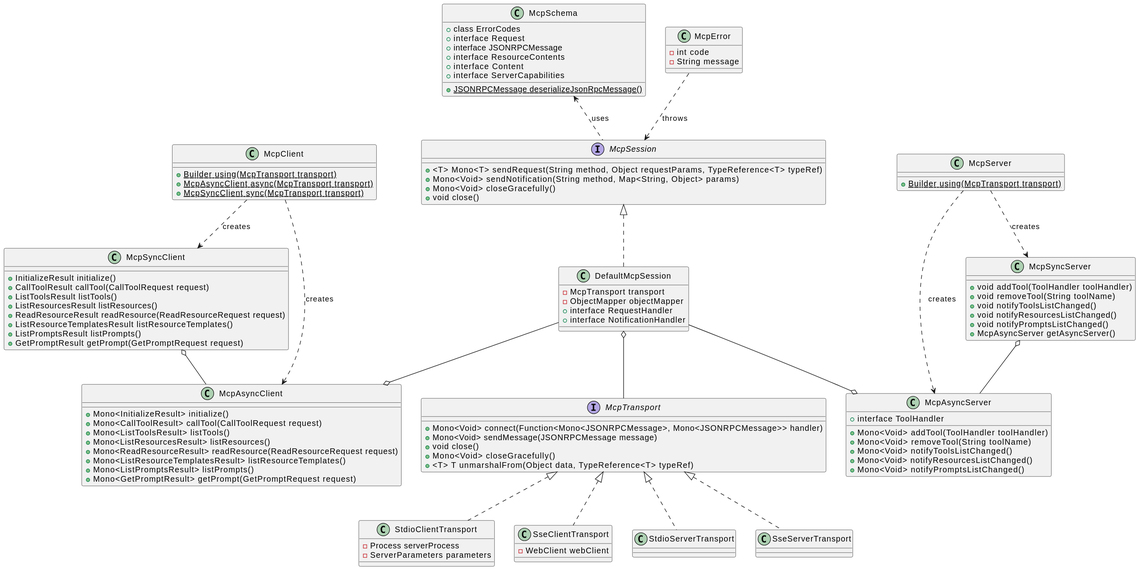
This is mcp-docs/src/main/antora/modules/ROOT/images/spring-ai-mcp-uml-classdiagram.svg from ziscloud/java-sdk, a PlantUML export, as it was before one commit.
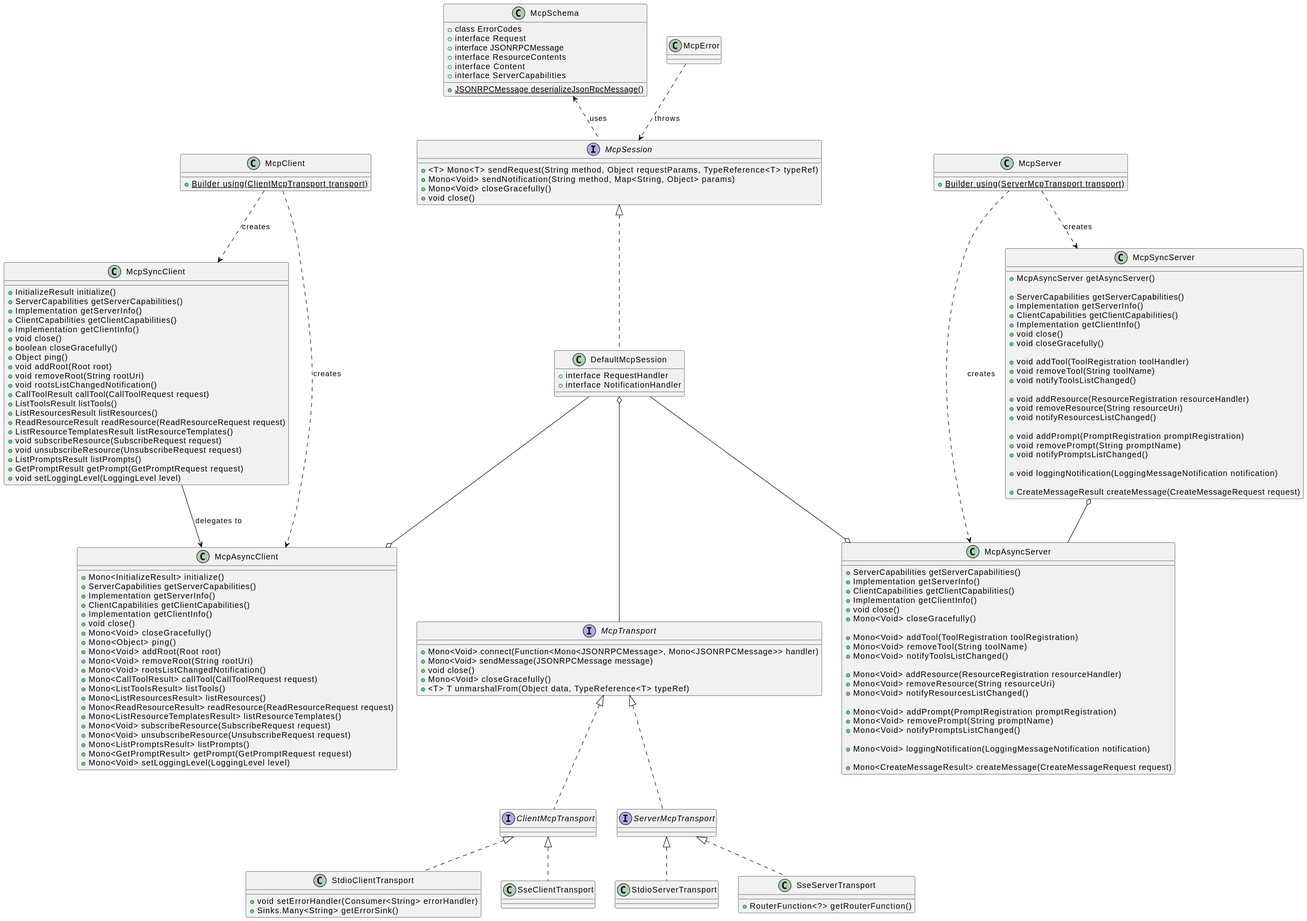
After the change.

Change to the diagram source:
```diff
@@ -15,75 +15,132 @@
 }
 
 class DefaultMcpSession {
-  -McpTransport transport
-  -ObjectMapper objectMapper
   +interface RequestHandler
   +interface NotificationHandler
 }
 
 class McpClient {
-  +{static} Builder using(McpTransport transport)
-  +{static} McpAsyncClient async(McpTransport transport)
-  +{static} McpSyncClient sync(McpTransport transport)
+  +{static} Builder using(ClientMcpTransport transport)
 }
 
 class McpAsyncClient {
   +Mono<InitializeResult> initialize()
+  +ServerCapabilities getServerCapabilities()
+  +Implementation getServerInfo()
+  +ClientCapabilities getClientCapabilities()
+  +Implementation getClientInfo()
+  +void close()
+  +Mono<Void> closeGracefully()
+  +Mono<Object> ping()
+  +Mono<Void> addRoot(Root root)
+  +Mono<Void> removeRoot(String rootUri)
+  +Mono<Void> rootsListChangedNotification()
   +Mono<CallToolResult> callTool(CallToolRequest request)
   +Mono<ListToolsResult> listTools()
   +Mono<ListResourcesResult> listResources()
   +Mono<ReadResourceResult> readResource(ReadResourceRequest request)
   +Mono<ListResourceTemplatesResult> listResourceTemplates()
+  +Mono<Void> subscribeResource(SubscribeRequest request)
+  +Mono<Void> unsubscribeResource(UnsubscribeRequest request)
   +Mono<ListPromptsResult> listPrompts()
   +Mono<GetPromptResult> getPrompt(GetPromptRequest request)
+  +Mono<Void> setLoggingLevel(LoggingLevel level)
 }
 
 class McpSyncClient {
   +InitializeResult initialize()
+  +ServerCapabilities getServerCapabilities()
+  +Implementation getServerInfo()
+  +ClientCapabilities getClientCapabilities()
+  +Implementation getClientInfo()
+  +void close()
+  +boolean closeGracefully()
+  +Object ping()
+  +void addRoot(Root root)
+  +void removeRoot(String rootUri)
+  +void rootsListChangedNotification()
   +CallToolResult callTool(CallToolRequest request)
   +ListToolsResult listTools()
   +ListResourcesResult listResources()
   +ReadResourceResult readResource(ReadResourceRequest request)
   +ListResourceTemplatesResult listResourceTemplates()
+  +void subscribeResource(SubscribeRequest request)
+  +void unsubscribeResource(UnsubscribeRequest request)
   +ListPromptsResult listPrompts()
   +GetPromptResult getPrompt(GetPromptRequest request)
+  +void setLoggingLevel(LoggingLevel level)
 }
 
 class McpServer {
-  +{static} Builder using(McpTransport transport)
+  +{static} Builder using(ServerMcpTransport transport)
 }
 
 class McpAsyncServer {
-  +Mono<Void> addTool(ToolHandler toolHandler)
+
+  +ServerCapabilities getServerCapabilities()
+  +Implementation getServerInfo()
+  +ClientCapabilities getClientCapabilities()
+  +Implementation getClientInfo()
+  +void close()
+  +Mono<Void> closeGracefully()
+
+  +Mono<Void> addTool(ToolRegistration toolRegistration)
   +Mono<Void> removeTool(String toolName)
   +Mono<Void> notifyToolsListChanged()
+
+  +Mono<Void> addResource(ResourceRegistration resourceHandler)
+  +Mono<Void> removeResource(String resourceUri)
   +Mono<Void> notifyResourcesListChanged()
+
+  +Mono<Void> addPrompt(PromptRegistration promptRegistration)
+  +Mono<Void> removePrompt(String promptName)
   +Mono<Void> notifyPromptsListChanged()
-  +interface ToolHandler
+
+  +Mono<Void> loggingNotification(LoggingMessageNotification notification)
+
+  +Mono<CreateMessageResult> createMessage(CreateMessageRequest request)
 }
 
 class McpSyncServer {
-  +void addTool(ToolHandler toolHandler)
+  +McpAsyncServer getAsyncServer()
+
+  +ServerCapabilities getServerCapabilities()
+  +Implementation getServerInfo()
+  +ClientCapabilities getClientCapabilities()
+  +Implementation getClientInfo()
+  +void close()
+  +void closeGracefully()
+
+  +void addTool(ToolRegistration toolHandler)
   +void removeTool(String toolName)
   +void notifyToolsListChanged()
+
+  +void addResource(ResourceRegistration resourceHandler)
+  +void removeResource(String resourceUri)
   +void notifyResourcesListChanged()
+
+  +void addPrompt(PromptRegistration promptRegistration)
+  +void removePrompt(String promptName)
   +void notifyPromptsListChanged()
-  +McpAsyncServer getAsyncServer()
+
+  +void loggingNotification(LoggingMessageNotification notification)
+
+  +CreateMessageResult createMessage(CreateMessageRequest request)
 }
 
-class StdioClientTransport {
-  -Process serverProcess
-  -ServerParameters parameters
+class StdioClientTransport implements ClientMcpTransport {
+  +void setErrorHandler(Consumer<String> errorHandler)
+  +Sinks.Many<String> getErrorSink()
 }
 
-class SseClientTransport {
-  -WebClient webClient
+class SseClientTransport implements ClientMcpTransport {
 }
 
-class StdioServerTransport {
+class StdioServerTransport implements ServerMcpTransport {
 }
 
-class SseServerTransport {
+class SseServerTransport implements ServerMcpTransport {
+  +RouterFunction<?> getRouterFunction()
 }
 
 class McpSchema {
@@ -97,14 +154,10 @@
 }
 
 class McpError {
-  -int code
-  -String message
 }
 
-McpTransport <|.. StdioClientTransport
-McpTransport <|.. SseClientTransport
-McpTransport <|.. StdioServerTransport
-McpTransport <|.. SseServerTransport
+McpTransport <|.. ClientMcpTransport
+McpTransport <|.. ServerMcpTransport
 
 McpSession <|.. DefaultMcpSession
 DefaultMcpSession --o McpAsyncClient
@@ -112,7 +165,7 @@
 
 McpClient ..> McpAsyncClient : creates
 McpClient ..> McpSyncClient : creates
-McpSyncClient o-- McpAsyncClient
+McpSyncClient --> McpAsyncClient : delegates to
 
 McpServer ..> McpAsyncServer : creates
 McpServer ..> McpSyncServer : creates
```
